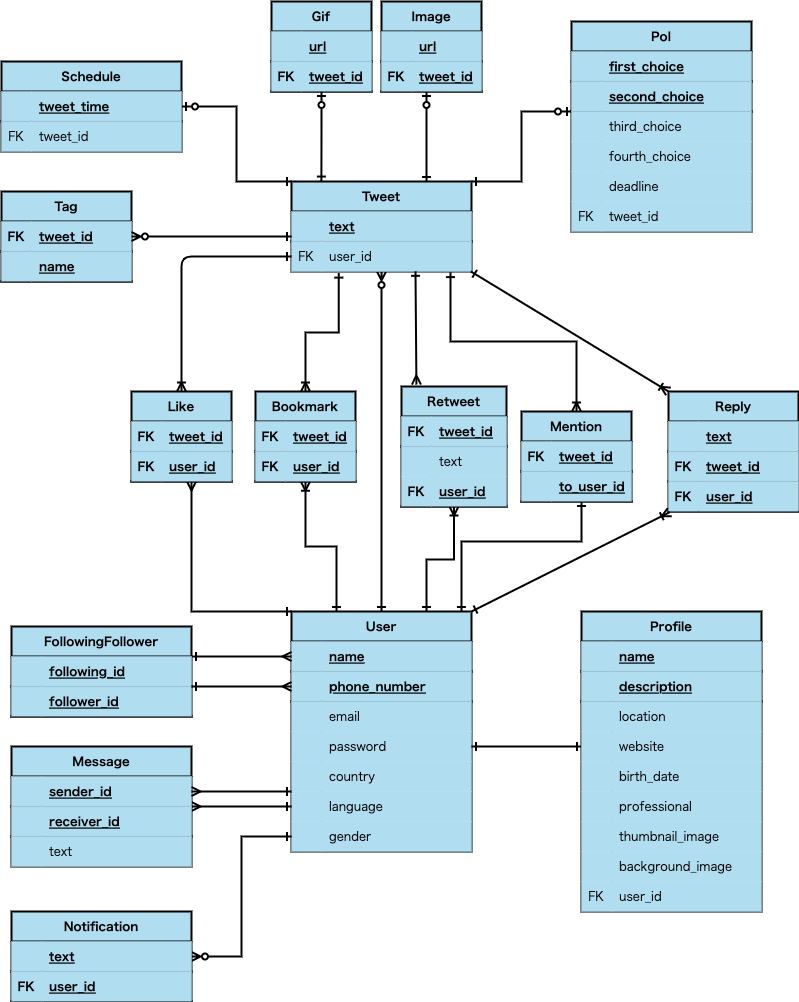
Earlier version of the draw.io export tweet.drawio.png (yuma-matsui/fjord_draft). Source tidied: cells renumbered, new cells last; positions are measured from the earlier drawing's top-left corner, leaving out a move shared by most shapes.
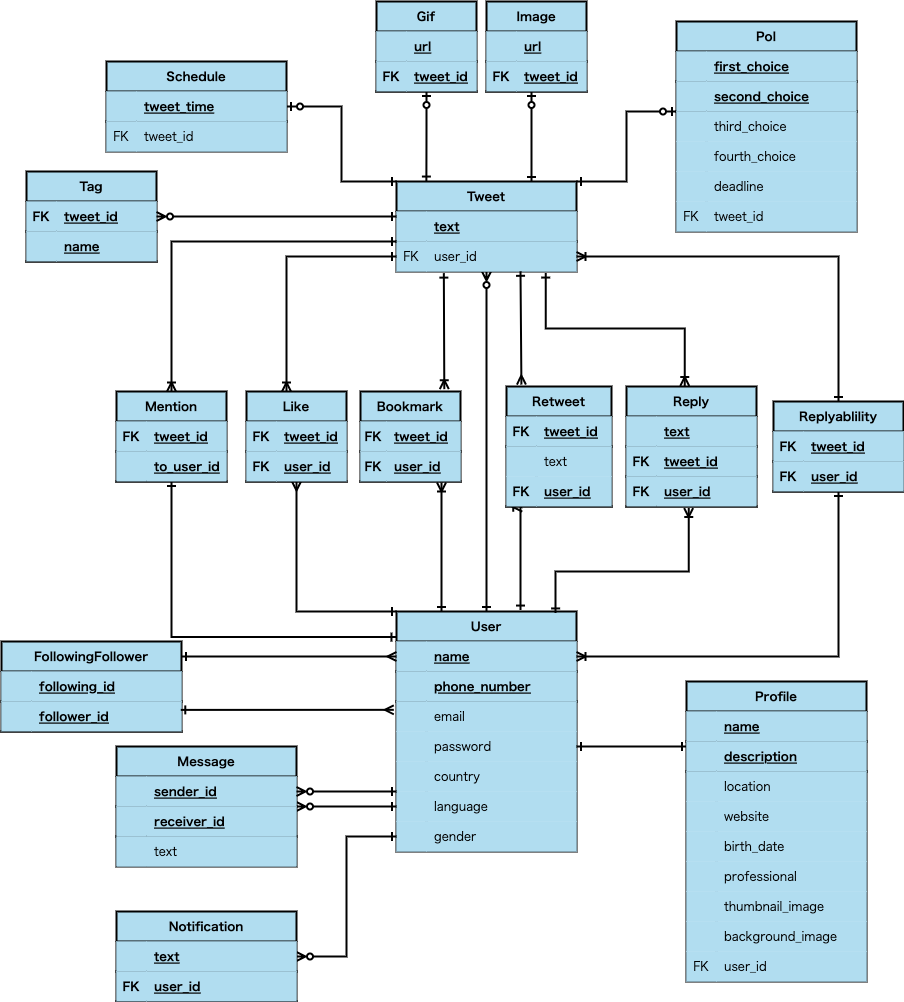
The same file after the commit.

Commit message:
Twitter機能のDB設計#6 修正

What changed in the source:
```diff
@@ -107,11 +107,2 @@
     </mxCell>
-    <mxCell id="35" style="edgeStyle=elbowEdgeStyle;startArrow=ERmany;startFill=0;endArrow=ERone;endFill=0;entryX=0;entryY=0.5;entryDx=0;entryDy=0;rounded=0;labelBackgroundColor=none;labelBorderColor=none;strokeWidth=2;strokeColor=#000000;fillColor=#b1ddf0;verticalAlign=middle;fontFamily=Garamond;fontColor=#000000;" parent="1" edge="1" source="38" target="x">
-      <mxGeometry relative="1" as="geometry">
-        <Array as="points">
-          <mxPoint x="190" y="370" />
-          <mxPoint x="145" y="350" />
-          <mxPoint x="200" y="270" />
-        </Array>
-      </mxGeometry>
-    </mxCell>
     <mxCell id="36" style="edgeStyle=elbowEdgeStyle;entryX=0;entryY=0;entryDx=0;entryDy=0;startArrow=ERmany;startFill=0;endArrow=ERone;endFill=0;rounded=0;labelBackgroundColor=none;labelBorderColor=none;strokeWidth=2;strokeColor=#000000;fillColor=#b1ddf0;verticalAlign=middle;fontFamily=Garamond;fontColor=#000000;" parent="1" edge="1" source="38" target="13">
@@ -125,3 +116,3 @@
     </mxCell>
-    <mxCell id="37" style="edgeStyle=orthogonalEdgeStyle;html=0;entryX=0;entryY=0.5;entryDx=0;entryDy=0;labelBackgroundColor=none;labelBorderColor=none;fontFamily=Garamond;fontColor=#000000;startArrow=ERoneToMany;startFill=0;endArrow=ERone;endFill=0;strokeColor=#000000;strokeWidth=2;" parent="1" edge="1" source="38" target="10">
+    <mxCell id="37" style="edgeStyle=orthogonalEdgeStyle;html=0;entryX=0;entryY=0.5;entryDx=0;entryDy=0;labelBackgroundColor=none;labelBorderColor=none;fontFamily=Garamond;fontColor=#000000;startArrow=ERoneToMany;startFill=0;endArrow=ERone;endFill=0;strokeColor=#000000;strokeWidth=2;rounded=0;" parent="1" edge="1" source="38" target="10">
       <mxGeometry relative="1" as="geometry">
@@ -133,3 +124,3 @@
     <mxCell id="38" value="Like" style="shape=table;startSize=30;rowLines=0;fontStyle=1;align=center;swimlaneFillColor=default;fillColor=#b1ddf0;rounded=0;labelBackgroundColor=none;labelBorderColor=none;strokeWidth=2;strokeColor=#000000;verticalAlign=middle;fontFamily=Garamond;fontColor=#000000;" parent="1" vertex="1">
-      <mxGeometry x="130" y="390" width="100" height="90" as="geometry" />
+      <mxGeometry x="140" y="390" width="100" height="90" as="geometry" />
     </mxCell>
@@ -154,3 +145,3 @@
     <mxCell id="45" value="Tag" style="shape=table;startSize=30;rowLines=0;fontStyle=1;align=center;swimlaneFillColor=default;fillColor=#b1ddf0;rounded=0;labelBackgroundColor=none;labelBorderColor=none;strokeWidth=2;strokeColor=#000000;verticalAlign=middle;fontFamily=Garamond;fontColor=#000000;" parent="1" vertex="1">
-      <mxGeometry y="190" width="130" height="90" as="geometry" />
+      <mxGeometry x="-80" y="170" width="130" height="90" as="geometry" />
     </mxCell>
@@ -175,3 +166,3 @@
     <mxCell id="52" value="Reply" style="shape=table;startSize=30;rowLines=0;fontStyle=1;align=center;swimlaneFillColor=default;fillColor=#b1ddf0;rounded=0;labelBackgroundColor=none;labelBorderColor=none;strokeWidth=2;strokeColor=#000000;verticalAlign=middle;fontFamily=Garamond;fontColor=#000000;" parent="1" vertex="1">
-      <mxGeometry x="667" y="390" width="130" height="120" as="geometry" />
+      <mxGeometry x="520" y="385" width="130" height="120" as="geometry" />
     </mxCell>
@@ -207,3 +198,3 @@
     </mxCell>
-    <mxCell id="63" style="edgeStyle=elbowEdgeStyle;elbow=vertical;entryX=0.75;entryY=0;entryDx=0;entryDy=0;startArrow=ERoneToMany;startFill=0;endArrow=ERone;endFill=0;rounded=0;labelBackgroundColor=none;labelBorderColor=none;strokeWidth=2;strokeColor=#000000;fillColor=#b1ddf0;verticalAlign=middle;fontFamily=Garamond;fontColor=#000000;" parent="1" edge="1" source="64" target="13">
+    <mxCell id="63" style="entryX=0.684;entryY=-0.006;entryDx=0;entryDy=0;startArrow=ERoneToMany;startFill=0;endArrow=ERone;endFill=0;rounded=0;labelBackgroundColor=none;labelBorderColor=none;strokeWidth=2;strokeColor=#000000;fillColor=#b1ddf0;verticalAlign=middle;fontFamily=Garamond;fontColor=#000000;entryPerimeter=0;exitX=0.151;exitY=1.021;exitDx=0;exitDy=0;exitPerimeter=0;edgeStyle=elbowEdgeStyle;" parent="1" edge="1" source="71" target="13">
       <mxGeometry relative="1" as="geometry" />
@@ -244,3 +235,3 @@
     <mxCell id="75" value="FollowingFollower" style="shape=table;startSize=30;rowLines=0;fontStyle=1;align=center;swimlaneFillColor=default;fillColor=#b1ddf0;rounded=0;labelBackgroundColor=none;labelBorderColor=none;strokeWidth=2;strokeColor=#000000;verticalAlign=middle;fontFamily=Garamond;fontColor=#000000;" parent="1" vertex="1">
-      <mxGeometry x="10" y="625" width="180" height="90" as="geometry" />
+      <mxGeometry x="-105" y="640" width="180" height="90" as="geometry" />
     </mxCell>
@@ -264,3 +255,3 @@
     </mxCell>
-    <mxCell id="82" style="edgeStyle=elbowEdgeStyle;entryX=0;entryY=0.5;entryDx=0;entryDy=0;startArrow=ERmany;startFill=0;endArrow=ERone;endFill=0;rounded=0;labelBackgroundColor=none;labelBorderColor=none;strokeWidth=2;strokeColor=#000000;fillColor=#b1ddf0;verticalAlign=middle;fontFamily=Garamond;fontColor=#000000;" parent="1" edge="1" source="83" target="29">
+    <mxCell id="82" style="edgeStyle=elbowEdgeStyle;entryX=0;entryY=0.5;entryDx=0;entryDy=0;startArrow=ERzeroToMany;startFill=0;endArrow=ERone;endFill=0;rounded=0;labelBackgroundColor=none;labelBorderColor=none;strokeWidth=2;strokeColor=#000000;fillColor=#b1ddf0;verticalAlign=middle;fontFamily=Garamond;fontColor=#000000;" parent="1" edge="1" source="83" target="29">
       <mxGeometry relative="1" as="geometry">
@@ -301,6 +292,8 @@
     </mxCell>
-    <mxCell id="93" style="edgeStyle=elbowEdgeStyle;entryX=0.25;entryY=0;entryDx=0;entryDy=0;startArrow=ERoneToMany;startFill=0;endArrow=ERone;endFill=0;elbow=vertical;rounded=0;labelBackgroundColor=none;labelBorderColor=none;strokeWidth=2;strokeColor=#000000;fillColor=#b1ddf0;verticalAlign=middle;fontFamily=Garamond;fontColor=#000000;exitX=0.499;exitY=1.006;exitDx=0;exitDy=0;exitPerimeter=0;" parent="1" edge="1" source="99" target="13">
-      <mxGeometry relative="1" as="geometry" />
+    <mxCell id="93" style="edgeStyle=elbowEdgeStyle;entryX=0.25;entryY=0;entryDx=0;entryDy=0;startArrow=ERoneToMany;startFill=0;endArrow=ERone;endFill=0;rounded=0;labelBackgroundColor=none;labelBorderColor=none;strokeWidth=2;strokeColor=#000000;fillColor=#b1ddf0;verticalAlign=middle;fontFamily=Garamond;fontColor=#000000;" parent="1" edge="1" target="13">
+      <mxGeometry relative="1" as="geometry">
+        <mxPoint x="335" y="481" as="sourcePoint" />
+      </mxGeometry>
     </mxCell>
-    <mxCell id="94" style="edgeStyle=elbowEdgeStyle;elbow=vertical;entryX=0.263;entryY=1.054;entryDx=0;entryDy=0;entryPerimeter=0;startArrow=ERoneToMany;startFill=0;endArrow=ERone;endFill=0;rounded=0;labelBackgroundColor=none;labelBorderColor=none;strokeWidth=2;strokeColor=#000000;fillColor=#b1ddf0;verticalAlign=middle;fontFamily=Garamond;fontColor=#000000;" parent="1" edge="1" source="95" target="10">
+    <mxCell id="94" style="entryX=0.263;entryY=1.054;entryDx=0;entryDy=0;entryPerimeter=0;startArrow=ERoneToMany;startFill=0;endArrow=ERone;endFill=0;rounded=0;labelBackgroundColor=none;labelBorderColor=none;strokeWidth=2;strokeColor=#000000;fillColor=#b1ddf0;verticalAlign=middle;fontFamily=Garamond;fontColor=#000000;exitX=0.838;exitY=-0.026;exitDx=0;exitDy=0;exitPerimeter=0;" parent="1" edge="1" source="95" target="10">
       <mxGeometry relative="1" as="geometry" />
@@ -314,6 +307,6 @@
     <mxCell id="97" value="FK" style="shape=partialRectangle;fillColor=#b1ddf0;top=0;left=0;bottom=0;right=0;fontStyle=1;overflow=hidden;rounded=0;labelBackgroundColor=none;labelBorderColor=none;strokeWidth=2;strokeColor=#000000;verticalAlign=middle;fontFamily=Garamond;fontColor=#000000;" parent="96" vertex="1">
-      <mxGeometry width="30" height="30" as="geometry" />
+      <mxGeometry width="26" height="30" as="geometry" />
     </mxCell>
     <mxCell id="98" value="tweet_id" style="shape=partialRectangle;fillColor=#b1ddf0;top=0;left=0;bottom=0;right=0;align=left;spacingLeft=6;fontStyle=5;overflow=hidden;rounded=0;labelBackgroundColor=none;labelBorderColor=none;strokeWidth=2;strokeColor=#000000;verticalAlign=middle;fontFamily=Garamond;fontColor=#000000;" parent="96" vertex="1">
-      <mxGeometry x="30" width="70" height="30" as="geometry" />
+      <mxGeometry x="26" width="74" height="30" as="geometry" />
     </mxCell>
@@ -323,8 +316,8 @@
     <mxCell id="100" value="FK" style="shape=partialRectangle;fillColor=#b1ddf0;top=0;left=0;bottom=0;right=0;fontStyle=1;overflow=hidden;rounded=0;labelBackgroundColor=none;labelBorderColor=none;strokeWidth=2;strokeColor=#000000;verticalAlign=middle;fontFamily=Garamond;fontColor=#000000;" parent="99" vertex="1">
-      <mxGeometry width="30" height="30" as="geometry" />
+      <mxGeometry width="26" height="30" as="geometry" />
     </mxCell>
     <mxCell id="101" value="user_id" style="shape=partialRectangle;fillColor=#b1ddf0;top=0;left=0;bottom=0;right=0;align=left;spacingLeft=6;fontStyle=5;overflow=hidden;rounded=0;labelBackgroundColor=none;labelBorderColor=none;strokeWidth=2;strokeColor=#000000;verticalAlign=middle;fontFamily=Garamond;fontColor=#000000;" parent="99" vertex="1">
-      <mxGeometry x="30" width="70" height="30" as="geometry" />
+      <mxGeometry x="26" width="74" height="30" as="geometry" />
     </mxCell>
-    <mxCell id="102" style="edgeStyle=elbowEdgeStyle;entryX=0;entryY=0.5;entryDx=0;entryDy=0;startArrow=ERmany;startFill=0;endArrow=ERone;endFill=0;rounded=0;labelBackgroundColor=none;labelBorderColor=none;strokeWidth=2;strokeColor=#000000;fillColor=#b1ddf0;verticalAlign=middle;fontFamily=Garamond;fontColor=#000000;" parent="1" edge="1" source="105" target="x">
+    <mxCell id="102" style="edgeStyle=elbowEdgeStyle;entryX=0;entryY=0.5;entryDx=0;entryDy=0;startArrow=ERmany;startFill=0;endArrow=ERone;endFill=0;rounded=0;labelBackgroundColor=none;labelBorderColor=none;strokeWidth=2;strokeColor=#000000;fillColor=#b1ddf0;verticalAlign=middle;fontFamily=Garamond;fontColor=#000000;" parent="1" edge="1" source="105">
       <mxGeometry relative="1" as="geometry" />
@@ -360,3 +353,3 @@
     </mxCell>
-    <mxCell id="112" style="edgeStyle=elbowEdgeStyle;entryX=0.49;entryY=1.049;entryDx=0;entryDy=0;entryPerimeter=0;endArrow=ERone;endFill=0;startArrow=ERone;startFill=0;rounded=0;labelBackgroundColor=none;labelBorderColor=none;strokeWidth=2;strokeColor=#000000;fillColor=#b1ddf0;verticalAlign=middle;fontFamily=Garamond;fontColor=#000000;" parent="1" edge="1" source="114" target="x">
+    <mxCell id="112" style="edgeStyle=elbowEdgeStyle;entryX=0.49;entryY=1.049;entryDx=0;entryDy=0;entryPerimeter=0;endArrow=ERone;endFill=0;startArrow=ERone;startFill=0;rounded=0;labelBackgroundColor=none;labelBorderColor=none;strokeWidth=2;strokeColor=#000000;fillColor=#b1ddf0;verticalAlign=middle;fontFamily=Garamond;fontColor=#000000;" parent="1" edge="1" source="114">
       <mxGeometry relative="1" as="geometry" />
@@ -367,3 +360,3 @@
     <mxCell id="114" value="Profile" style="shape=table;startSize=30;rowLines=0;fontStyle=1;align=center;swimlaneFillColor=default;fillColor=#b1ddf0;rounded=0;labelBackgroundColor=none;labelBorderColor=none;strokeWidth=2;strokeColor=#000000;verticalAlign=middle;fontFamily=Garamond;fontColor=#000000;" parent="1" vertex="1">
-      <mxGeometry x="580" y="610" width="180" height="300" as="geometry" />
+      <mxGeometry x="580" y="680" width="180" height="300" as="geometry" />
     </mxCell>
@@ -576,10 +569,3 @@
     </mxCell>
-    <mxCell id="184" style="entryX=0.883;entryY=1.037;entryDx=0;entryDy=0;startArrow=ERoneToMany;startFill=0;endArrow=ERone;endFill=0;edgeStyle=elbowEdgeStyle;elbow=vertical;rounded=0;labelBackgroundColor=none;labelBorderColor=none;strokeWidth=2;strokeColor=#000000;fillColor=#b1ddf0;verticalAlign=middle;fontFamily=Garamond;fontColor=#000000;entryPerimeter=0;" parent="1" edge="1" source="187" target="10">
-      <mxGeometry relative="1" as="geometry">
-        <Array as="points">
-          <mxPoint x="480" y="340" />
-        </Array>
-      </mxGeometry>
-    </mxCell>
-    <mxCell id="185" style="edgeStyle=elbowEdgeStyle;html=1;startArrow=ERoneToMany;startFill=0;endArrow=ERone;endFill=0;entryX=1;entryY=0;entryDx=0;entryDy=0;exitX=0.519;exitY=1.068;exitDx=0;exitDy=0;exitPerimeter=0;elbow=vertical;rounded=0;" parent="1" edge="1" source="x" target="13">
+    <mxCell id="185" style="edgeStyle=elbowEdgeStyle;html=1;startArrow=ERoneToMany;startFill=0;endArrow=ERone;endFill=0;entryX=1;entryY=0;entryDx=0;entryDy=0;exitX=0.519;exitY=1.068;exitDx=0;exitDy=0;exitPerimeter=0;elbow=vertical;rounded=0;" parent="1" edge="1" target="13">
       <mxGeometry relative="1" as="geometry">
@@ -590,12 +576,14 @@
     </mxCell>
-    <mxCell id="186" style="edgeStyle=orthogonalEdgeStyle;html=0;labelBackgroundColor=none;labelBorderColor=none;fontFamily=Garamond;fontColor=#000000;startArrow=ERone;startFill=0;endArrow=ERone;endFill=0;strokeColor=#000000;strokeWidth=2;entryX=0.944;entryY=0;entryDx=0;entryDy=0;entryPerimeter=0;rounded=0;" parent="1" edge="1" source="187" target="13">
-      <mxGeometry relative="1" as="geometry">
-        <Array as="points">
-          <mxPoint x="580" y="540" />
-          <mxPoint x="460" y="540" />
-        </Array>
-      </mxGeometry>
-    </mxCell>
+    <mxCell id="199" style="edgeStyle=orthogonalEdgeStyle;rounded=0;html=0;labelBackgroundColor=none;labelBorderColor=none;fontFamily=Garamond;fontColor=#000000;startArrow=ERoneToMany;startFill=0;endArrow=ERone;endFill=0;strokeColor=#000000;strokeWidth=2;" parent="1" edge="1" source="187" target="7">
+      <mxGeometry relative="1" as="geometry">
+        <Array as="points">
+          <mxPoint x="65" y="240" />
+        </Array>
+      </mxGeometry>
+    </mxCell>
+    <mxCell id="200" style="edgeStyle=orthogonalEdgeStyle;rounded=0;html=0;entryX=-0.003;entryY=-0.146;entryDx=0;entryDy=0;entryPerimeter=0;labelBackgroundColor=none;labelBorderColor=none;fontFamily=Garamond;fontColor=#000000;startArrow=ERone;startFill=0;endArrow=ERone;endFill=0;strokeColor=#000000;strokeWidth=2;" parent="1" edge="1" source="187" target="14">
+      <mxGeometry relative="1" as="geometry" />
+    </mxCell>
     <mxCell id="187" value="Mention" style="shape=table;startSize=30;rowLines=0;fontStyle=1;align=center;swimlaneFillColor=default;fillColor=#b1ddf0;rounded=0;labelBackgroundColor=none;labelBorderColor=none;strokeWidth=2;strokeColor=#000000;verticalAlign=middle;fontFamily=Garamond;fontColor=#000000;" parent="1" vertex="1">
-      <mxGeometry x="520" y="410" width="110" height="90" as="geometry" />
+      <mxGeometry x="10" y="390" width="110" height="90" as="geometry" />
     </mxCell>
@@ -619,6 +607,6 @@
     </mxCell>
-    <mxCell id="194" style="edgeStyle=elbowEdgeStyle;entryX=0;entryY=0.5;entryDx=0;entryDy=0;startArrow=ERone;startFill=0;endArrow=ERmany;endFill=0;elbow=vertical;rounded=0;labelBackgroundColor=none;labelBorderColor=none;strokeWidth=2;strokeColor=#000000;fillColor=#b1ddf0;verticalAlign=middle;fontFamily=Garamond;fontColor=#000000;" parent="1" edge="1" source="79" target="17">
+    <mxCell id="194" style="entryX=-0.015;entryY=0.278;entryDx=0;entryDy=0;startArrow=ERone;startFill=0;endArrow=ERmany;endFill=0;elbow=vertical;rounded=0;labelBackgroundColor=none;labelBorderColor=none;strokeWidth=2;strokeColor=#000000;fillColor=#b1ddf0;verticalAlign=middle;fontFamily=Garamond;fontColor=#000000;entryPerimeter=0;exitX=0.996;exitY=0.28;exitDx=0;exitDy=0;exitPerimeter=0;" parent="1" edge="1" source="79" target="20">
       <mxGeometry relative="1" as="geometry" />
     </mxCell>
-    <mxCell id="195" style="edgeStyle=elbowEdgeStyle;startArrow=ERmany;startFill=0;endArrow=ERone;endFill=0;rounded=0;labelBackgroundColor=none;labelBorderColor=none;strokeWidth=2;strokeColor=#000000;fillColor=#b1ddf0;verticalAlign=middle;fontFamily=Garamond;fontColor=#000000;" parent="1" edge="1" source="84">
+    <mxCell id="195" style="edgeStyle=elbowEdgeStyle;startArrow=ERzeroToMany;startFill=0;endArrow=ERone;endFill=0;rounded=0;labelBackgroundColor=none;labelBorderColor=none;strokeWidth=2;strokeColor=#000000;fillColor=#b1ddf0;verticalAlign=middle;fontFamily=Garamond;fontColor=#000000;" parent="1" edge="1" source="84">
       <mxGeometry relative="1" as="geometry">
@@ -630,8 +618,43 @@
     </mxCell>
-    <mxCell id="197" style="endArrow=ERoneToMany;startArrow=ERone;elbow=vertical;entryX=0;entryY=0;entryDx=0;entryDy=0;exitX=0.996;exitY=0.998;exitDx=0;exitDy=0;exitPerimeter=0;startFill=0;endFill=0;rounded=0;labelBackgroundColor=none;labelBorderColor=none;strokeWidth=2;strokeColor=#000000;fillColor=#b1ddf0;verticalAlign=middle;fontFamily=Garamond;fontColor=#000000;" parent="1" edge="1" source="10" target="52">
-      <mxGeometry relative="1" as="geometry" />
+    <mxCell id="197" style="endArrow=ERoneToMany;startArrow=ERone;elbow=vertical;exitX=0.829;exitY=1.052;exitDx=0;exitDy=0;exitPerimeter=0;startFill=0;endFill=0;rounded=0;labelBackgroundColor=none;labelBorderColor=none;strokeWidth=2;strokeColor=#000000;fillColor=#b1ddf0;verticalAlign=middle;fontFamily=Garamond;fontColor=#000000;edgeStyle=elbowEdgeStyle;entryX=0.448;entryY=-0.004;entryDx=0;entryDy=0;entryPerimeter=0;" parent="1" edge="1" source="10" target="52">
+      <mxGeometry relative="1" as="geometry">
+        <Array as="points">
+          <mxPoint x="540" y="327" />
+        </Array>
+      </mxGeometry>
     </mxCell>
-    <mxCell id="198" style="endArrow=ERoneToMany;elbow=vertical;entryX=0.01;entryY=1.023;entryDx=0;entryDy=0;entryPerimeter=0;exitX=1;exitY=0;exitDx=0;exitDy=0;startArrow=ERone;startFill=0;endFill=0;rounded=0;labelBackgroundColor=none;labelBorderColor=none;strokeWidth=2;strokeColor=#000000;fillColor=#b1ddf0;verticalAlign=middle;fontFamily=Garamond;fontColor=#000000;" parent="1" edge="1" source="13" target="59">
-      <mxGeometry relative="1" as="geometry" />
+    <mxCell id="198" style="endArrow=ERoneToMany;entryX=0.478;entryY=1.052;entryDx=0;entryDy=0;entryPerimeter=0;exitX=0.884;exitY=0.006;exitDx=0;exitDy=0;startArrow=ERone;startFill=0;endFill=0;rounded=0;labelBackgroundColor=none;labelBorderColor=none;strokeWidth=2;strokeColor=#000000;fillColor=#b1ddf0;verticalAlign=middle;fontFamily=Garamond;fontColor=#000000;edgeStyle=elbowEdgeStyle;elbow=vertical;exitPerimeter=0;" parent="1" edge="1" source="13" target="59">
+      <mxGeometry relative="1" as="geometry">
+        <Array as="points">
+          <mxPoint x="520" y="570" />
+        </Array>
+      </mxGeometry>
     </mxCell>
+    <mxCell id="201" style="edgeStyle=orthogonalEdgeStyle;rounded=0;elbow=vertical;html=0;labelBackgroundColor=none;labelBorderColor=none;fontFamily=Garamond;fontColor=#000000;startArrow=ERone;startFill=0;endArrow=ERoneToMany;endFill=0;strokeColor=#000000;strokeWidth=2;entryX=1;entryY=0.5;entryDx=0;entryDy=0;" parent="1" edge="1" source="203" target="10">
+      <mxGeometry relative="1" as="geometry" />
+    </mxCell>
+    <mxCell id="202" style="edgeStyle=orthogonalEdgeStyle;rounded=0;html=0;entryX=1;entryY=0.5;entryDx=0;entryDy=0;labelBackgroundColor=none;labelBorderColor=none;fontFamily=Garamond;fontColor=#000000;startArrow=ERone;startFill=0;endArrow=ERoneToMany;endFill=0;strokeColor=#000000;strokeWidth=2;elbow=vertical;" parent="1" edge="1" source="203" target="14">
+      <mxGeometry relative="1" as="geometry" />
+    </mxCell>
+    <mxCell id="203" value="Replyablility" style="shape=table;startSize=30;rowLines=0;fontStyle=1;align=center;swimlaneFillColor=default;fillColor=#b1ddf0;rounded=0;labelBackgroundColor=none;labelBorderColor=none;strokeWidth=2;strokeColor=#000000;verticalAlign=middle;fontFamily=Garamond;fontColor=#000000;" parent="1" vertex="1">
+      <mxGeometry x="667" y="400" width="130" height="90" as="geometry" />
+    </mxCell>
+    <mxCell id="204" style="shape=partialRectangle;fillColor=#b1ddf0;top=0;left=0;bottom=1;right=0;rounded=0;labelBackgroundColor=none;labelBorderColor=none;strokeWidth=2;strokeColor=#000000;verticalAlign=middle;fontFamily=Garamond;fontColor=#000000;" parent="203" vertex="1">
+      <mxGeometry y="30" width="130" height="30" as="geometry" />
+    </mxCell>
+    <mxCell id="205" value="FK" style="shape=partialRectangle;fillColor=#b1ddf0;top=0;left=0;bottom=0;right=0;fontStyle=1;overflow=hidden;rounded=0;labelBackgroundColor=none;labelBorderColor=none;strokeWidth=2;strokeColor=#000000;verticalAlign=middle;fontFamily=Garamond;fontColor=#000000;" parent="204" vertex="1">
+      <mxGeometry width="30" height="30" as="geometry" />
+    </mxCell>
+    <mxCell id="206" value="tweet_id" style="shape=partialRectangle;fillColor=#b1ddf0;top=0;left=0;bottom=0;right=0;align=left;spacingLeft=6;fontStyle=5;overflow=hidden;rounded=0;labelBackgroundColor=none;labelBorderColor=none;strokeWidth=2;strokeColor=#000000;verticalAlign=middle;fontFamily=Garamond;fontColor=#000000;" parent="204" vertex="1">
+      <mxGeometry x="30" width="100" height="30" as="geometry" />
+    </mxCell>
+    <mxCell id="207" style="shape=partialRectangle;fillColor=#b1ddf0;top=0;left=0;bottom=1;right=0;rounded=0;labelBackgroundColor=none;labelBorderColor=none;strokeWidth=2;strokeColor=#000000;verticalAlign=middle;fontFamily=Garamond;fontColor=#000000;" parent="203" vertex="1">
+      <mxGeometry y="60" width="130" height="30" as="geometry" />
+    </mxCell>
+    <mxCell id="208" value="FK" style="shape=partialRectangle;fillColor=#b1ddf0;top=0;left=0;bottom=0;right=0;fontStyle=1;overflow=hidden;rounded=0;labelBackgroundColor=none;labelBorderColor=none;strokeWidth=2;strokeColor=#000000;verticalAlign=middle;fontFamily=Garamond;fontColor=#000000;" parent="207" vertex="1">
+      <mxGeometry width="30" height="30" as="geometry" />
+    </mxCell>
+    <mxCell id="209" value="user_id" style="shape=partialRectangle;fillColor=#b1ddf0;top=0;left=0;bottom=0;right=0;align=left;spacingLeft=6;fontStyle=5;overflow=hidden;rounded=0;labelBackgroundColor=none;labelBorderColor=none;strokeWidth=2;strokeColor=#000000;verticalAlign=middle;fontFamily=Garamond;fontColor=#000000;" parent="207" vertex="1">
+      <mxGeometry x="30" width="100" height="30" as="geometry" />
+    </mxCell>
   </root>
```
